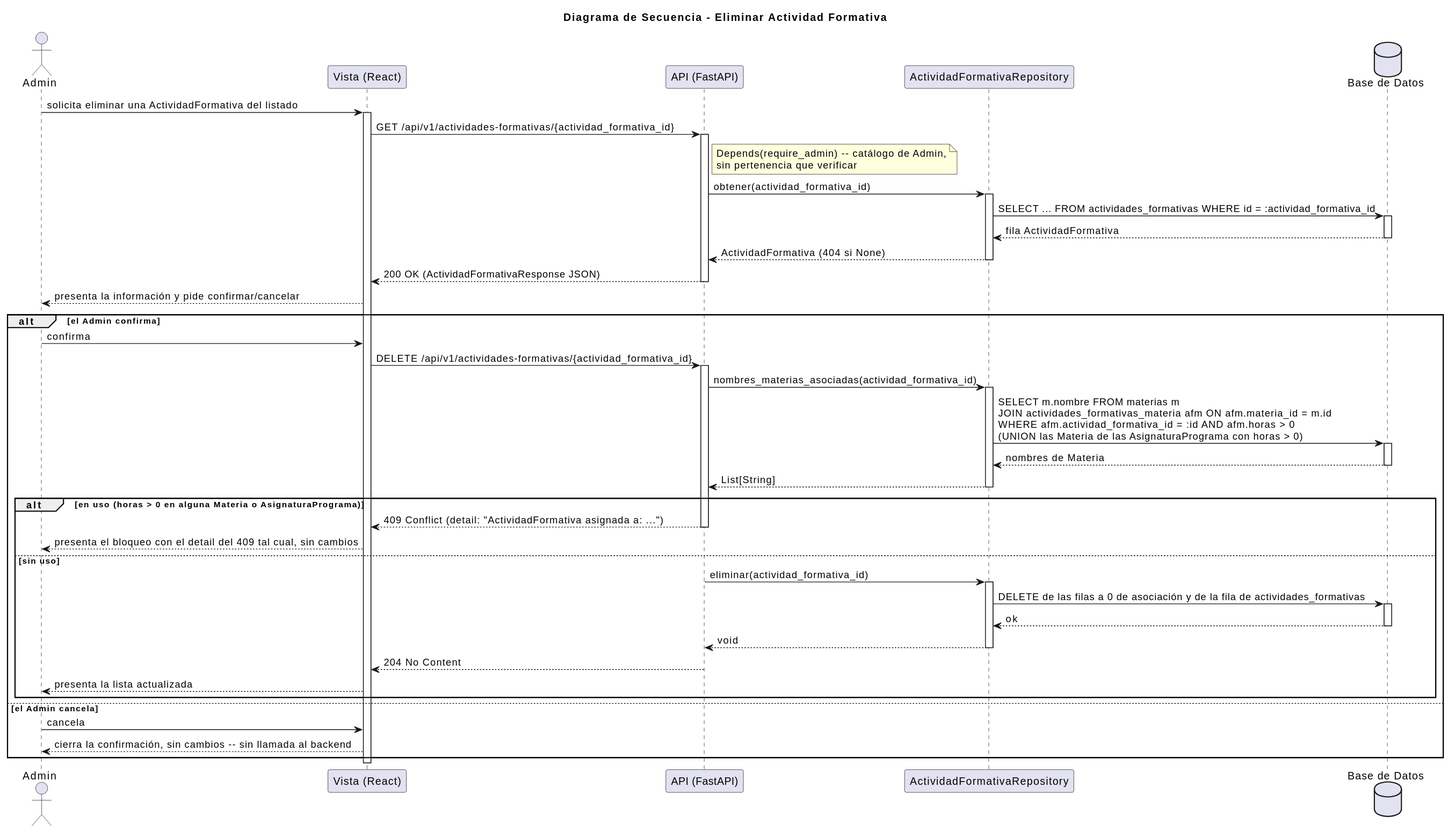
This is images/RUP/03-diseño/casos-uso/eliminarActividadFormativa/secuencia.svg from mmasias/pyCeldaPublico, a PlantUML export, as it was before one commit.
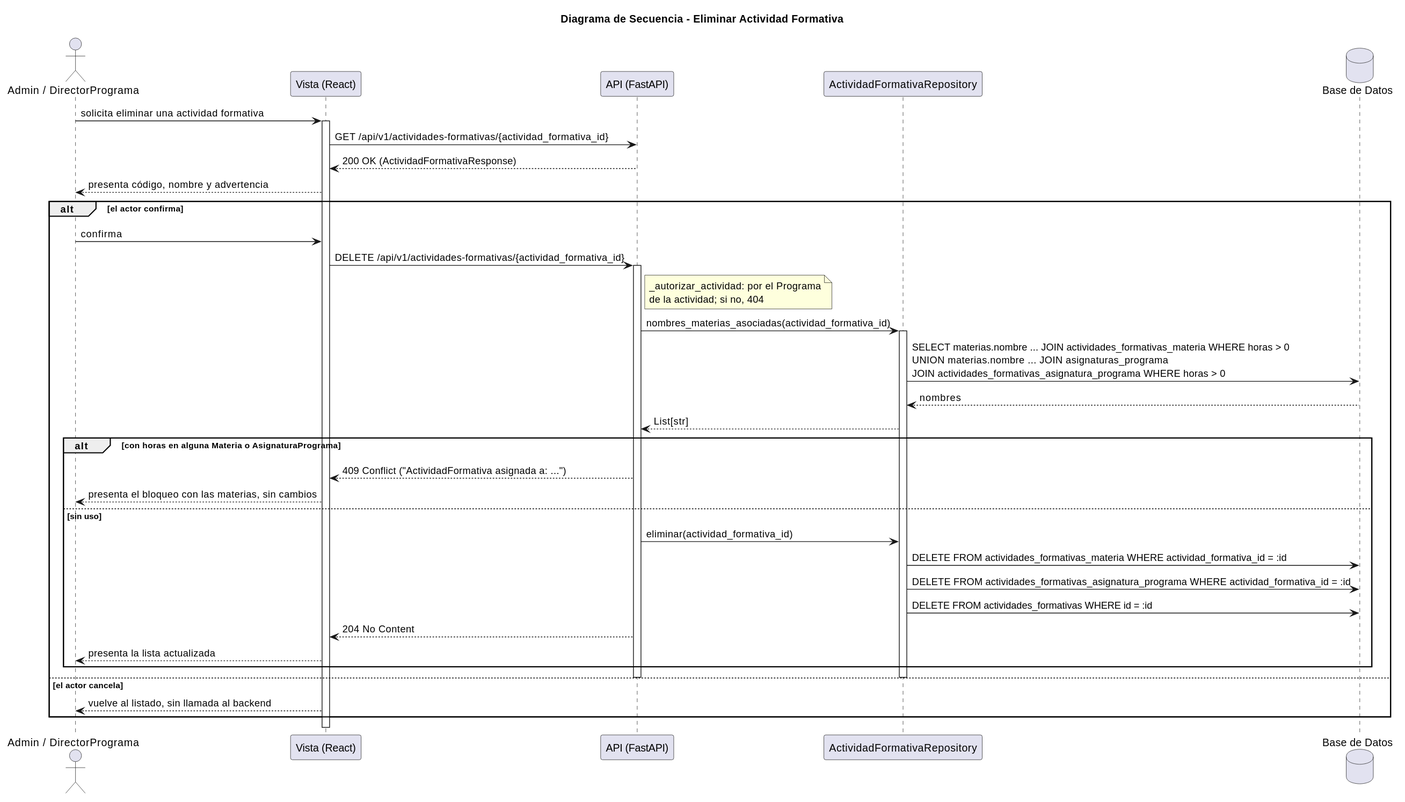
Above is the later version.

Change to the diagram source:
```diff
@@ -1,61 +1,42 @@
 @startuml
 title Diagrama de Secuencia - Eliminar Actividad Formativa
 
-actor "Admin" as Admin
+actor "Admin / DirectorPrograma" as Actor
 participant "Vista (React)" as Vista
 participant "API (FastAPI)" as API
-participant "ActividadFormativaRepository" as AFRepo
+participant "ActividadFormativaRepository" as Repo
 database "Base de Datos" as DB
 
-Admin -> Vista: solicita eliminar una ActividadFormativa del listado
+Actor -> Vista: solicita eliminar una actividad formativa
 activate Vista
 Vista -> API: GET /api/v1/actividades-formativas/{actividad_formativa_id}
-activate API
-note right of API: Depends(require_admin) -- catálogo de Admin,\nsin pertenencia que verificar
-API -> AFRepo: obtener(actividad_formativa_id)
-activate AFRepo
-AFRepo -> DB: SELECT ... FROM actividades_formativas WHERE id = :actividad_formativa_id
-activate DB
-DB --> AFRepo: fila ActividadFormativa
-deactivate DB
-AFRepo --> API: ActividadFormativa (404 si None)
-deactivate AFRepo
-API --> Vista: 200 OK (ActividadFormativaResponse JSON)
-deactivate API
-Vista --> Admin: presenta la información y pide confirmar/cancelar
-
-alt el Admin confirma
-  Admin -> Vista: confirma
+API --> Vista: 200 OK (ActividadFormativaResponse)
+Vista --> Actor: presenta código, nombre y advertencia
+alt el actor confirma
+  Actor -> Vista: confirma
   Vista -> API: DELETE /api/v1/actividades-formativas/{actividad_formativa_id}
   activate API
-  API -> AFRepo: nombres_materias_asociadas(actividad_formativa_id)
-  activate AFRepo
-  AFRepo -> DB: SELECT m.nombre FROM materias m\nJOIN actividades_formativas_materia afm ON afm.materia_id = m.id\nWHERE afm.actividad_formativa_id = :id AND afm.horas > 0\n(UNION las Materia de las AsignaturaPrograma con horas > 0)
-  activate DB
-  DB --> AFRepo: nombres de Materia
-  deactivate DB
-  AFRepo --> API: List[String]
-  deactivate AFRepo
-  alt en uso (horas > 0 en alguna Materia o AsignaturaPrograma)
-    API --> Vista: 409 Conflict (detail: "ActividadFormativa asignada a: ...")
-    deactivate API
-    Vista --> Admin: presenta el bloqueo con el detail del 409 tal cual, sin cambios
+  note right of API: _autorizar_actividad: por el Programa\nde la actividad; si no, 404
+  API -> Repo: nombres_materias_asociadas(actividad_formativa_id)
+  activate Repo
+  Repo -> DB: SELECT materias.nombre ... JOIN actividades_formativas_materia WHERE horas > 0\nUNION materias.nombre ... JOIN asignaturas_programa\nJOIN actividades_formativas_asignatura_programa WHERE horas > 0
+  DB --> Repo: nombres
+  Repo --> API: List[str]
+  alt con horas en alguna Materia o AsignaturaPrograma
+    API --> Vista: 409 Conflict ("ActividadFormativa asignada a: ...")
+    Vista --> Actor: presenta el bloqueo con las materias, sin cambios
   else sin uso
-    API -> AFRepo: eliminar(actividad_formativa_id)
-    activate AFRepo
-    AFRepo -> DB: DELETE de las filas a 0 de asociación y de la fila de actividades_formativas
-    activate DB
-    DB --> AFRepo: ok
-    deactivate DB
-    AFRepo --> API: void
-    deactivate AFRepo
+    API -> Repo: eliminar(actividad_formativa_id)
+    Repo -> DB: DELETE FROM actividades_formativas_materia WHERE actividad_formativa_id = :id
+    Repo -> DB: DELETE FROM actividades_formativas_asignatura_programa WHERE actividad_formativa_id = :id
+    Repo -> DB: DELETE FROM actividades_formativas WHERE id = :id
     API --> Vista: 204 No Content
-    deactivate API
-    Vista --> Admin: presenta la lista actualizada
+    Vista --> Actor: presenta la lista actualizada
   end
-else el Admin cancela
-  Admin -> Vista: cancela
-  Vista --> Admin: cierra la confirmación, sin cambios -- sin llamada al backend
+  deactivate Repo
+  deactivate API
+else el actor cancela
+  Vista --> Actor: vuelve al listado, sin llamada al backend
 end
 deactivate Vista
 @enduml
```
